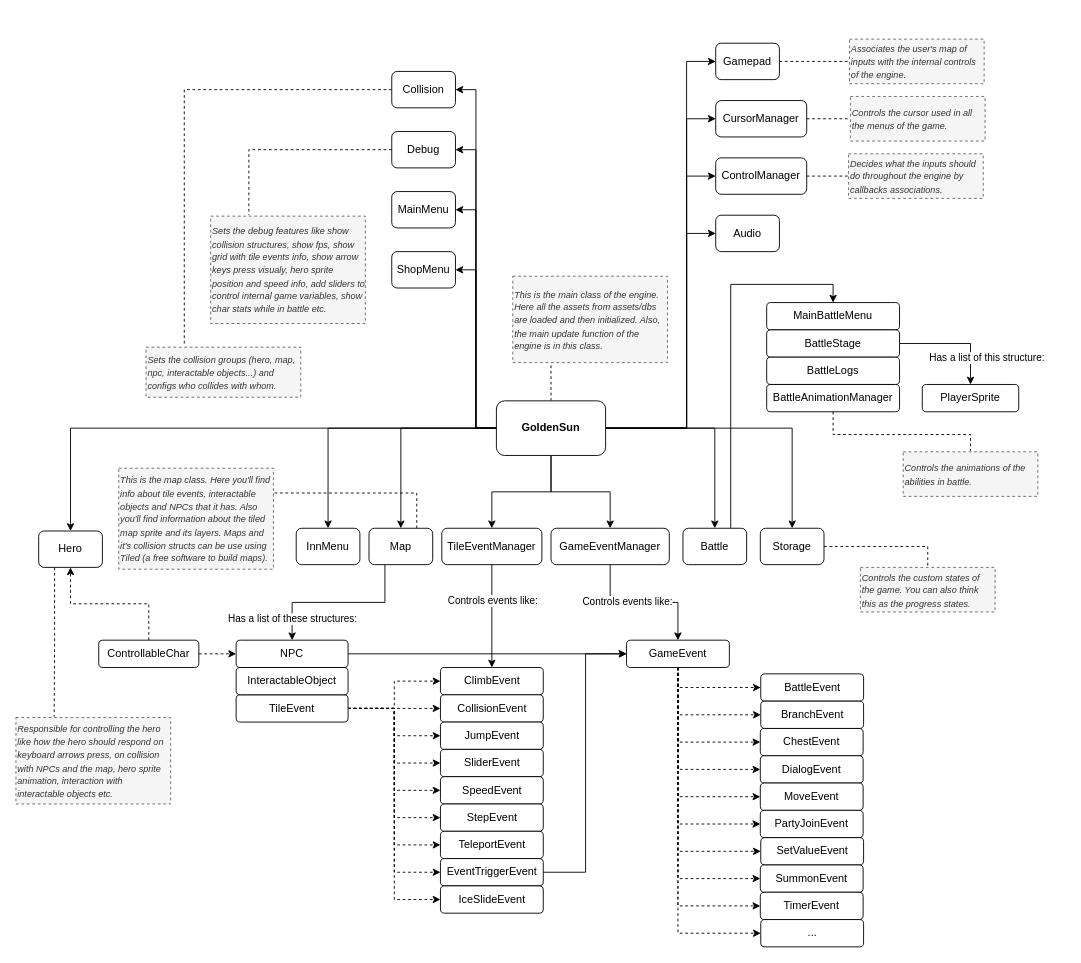
jjppof/goldensun_html5 keeps this draw.io diagram as help/docs/diagrams/general_diagram.drawio. Above is the earlier version. Source tidied: cells renumbered, new cells numbered last; positions are measured from the earlier drawing's top-left corner, leaving out a move shared by most shapes. Both pictures are drawn from the tidied source at 91%, with x=0, y=0 at pixel (15, 38).
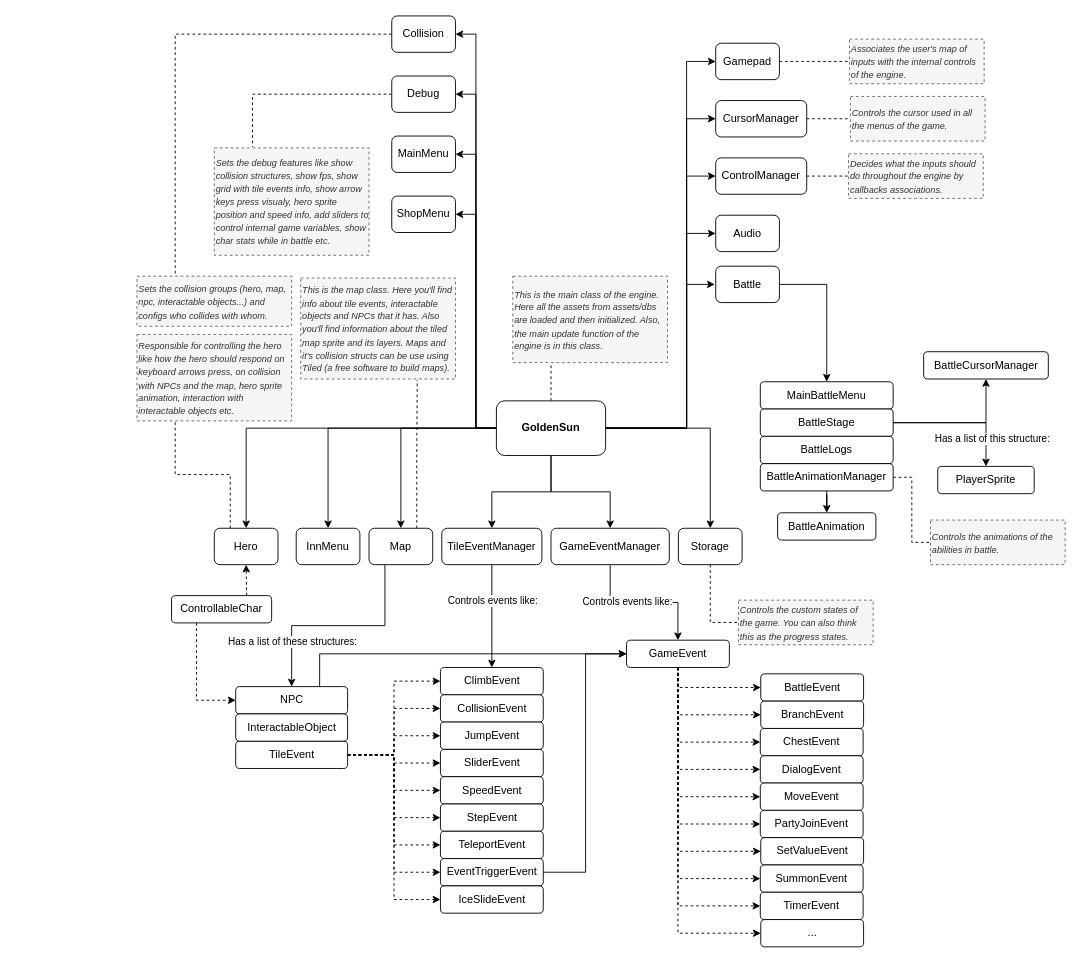
Above is the later version.

The change refers to these unchanged cells:
```xml
<mxCell id="18" value="GoldenSun" style="rounded=1;whiteSpace=wrap;html=1;fontStyle=1;" parent="1" vertex="1">
  <mxGeometry x="528" y="398" width="120" height="60" as="geometry" />
</mxCell>
<mxCell id="29" value="Map" style="rounded=1;whiteSpace=wrap;html=1;" parent="1" vertex="1">
  <mxGeometry x="388" y="538" width="70" height="40" as="geometry" />
</mxCell>
<mxCell id="80" style="endArrow=classic;html=1;exitX=1;exitY=0.5;exitDx=0;exitDy=0;edgeStyle=orthogonalEdgeStyle;rounded=0;" parent="1" edge="1" source="76" target="82">
  <mxGeometry relative="1" as="geometry" />
</mxCell>
<mxCell id="113" value="GameEvent" style="rounded=1;whiteSpace=wrap;html=1;" parent="1" vertex="1">
  <mxGeometry x="671" y="661" width="113" height="30" as="geometry" />
</mxCell>
```

Change to the diagram source:
```diff
@@
-    <mxCell id="16" style="edgeStyle=orthogonalEdgeStyle;rounded=0;jettySize=auto;html=1;" parent="1" edge="1" source="18" target="35">
-      <mxGeometry relative="1" as="geometry" />
+    <mxCell id="16" style="edgeStyle=orthogonalEdgeStyle;rounded=0;orthogonalLoop=1;jettySize=auto;html=1;entryX=0;entryY=0.5;entryDx=0;entryDy=0;" parent="1" edge="1">
+      <mxGeometry relative="1" as="geometry">
+        <mxPoint x="647" y="428" as="sourcePoint" />
+        <mxPoint x="768" y="270" as="targetPoint" />
+        <Array as="points">
+          <mxPoint x="737" y="428" />
+          <mxPoint x="737" y="270" />
+        </Array>
+      </mxGeometry>
     </mxCell>
@@
-    <mxCell id="19" style="edgeStyle=orthogonalEdgeStyle;rounded=0;jettySize=auto;html=1;exitX=0.25;exitY=1;exitDx=0;exitDy=0;entryX=0.25;entryY=0;entryDx=0;entryDy=0;dashed=1;endArrow=none;endFill=0;" parent="1" edge="1" source="20" target="66">
+    <mxCell id="19" style="edgeStyle=orthogonalEdgeStyle;rounded=0;jettySize=auto;html=1;exitX=0.25;exitY=0;exitDx=0;exitDy=0;entryX=0.25;entryY=1;entryDx=0;entryDy=0;dashed=1;endArrow=none;endFill=0;" parent="1" edge="1" source="20" target="66">
       <mxGeometry relative="1" as="geometry" />
     </mxCell>
     <mxCell id="20" value="Hero" style="rounded=1;whiteSpace=wrap;html=1;" parent="1" vertex="1">
-      <mxGeometry x="25" y="541" width="70" height="40" as="geometry" />
+      <mxGeometry x="218" y="538" width="70" height="40" as="geometry" />
     </mxCell>
@@
     <mxCell id="22" value="Collision" style="rounded=1;whiteSpace=wrap;html=1;" parent="1" vertex="1">
-      <mxGeometry x="413" y="36" width="70" height="40" as="geometry" />
+      <mxGeometry x="413" y="-25" width="70" height="40" as="geometry" />
     </mxCell>
@@
     <mxCell id="24" value="Debug" style="rounded=1;whiteSpace=wrap;html=1;" parent="1" vertex="1">
-      <mxGeometry x="413" y="102" width="70" height="40" as="geometry" />
+      <mxGeometry x="413" y="41" width="70" height="40" as="geometry" />
     </mxCell>
     <mxCell id="25" value="MainMenu" style="rounded=1;whiteSpace=wrap;html=1;" parent="1" vertex="1">
-      <mxGeometry x="413" y="168" width="70" height="40" as="geometry" />
+      <mxGeometry x="413" y="107" width="70" height="40" as="geometry" />
     </mxCell>
     <mxCell id="26" value="ShopMenu" style="rounded=1;whiteSpace=wrap;html=1;" parent="1" vertex="1">
-      <mxGeometry x="413" y="234" width="70" height="40" as="geometry" />
+      <mxGeometry x="413" y="173" width="70" height="40" as="geometry" />
     </mxCell>
@@
-    <mxCell id="28" style="edgeStyle=orthogonalEdgeStyle;rounded=0;jettySize=auto;html=1;exitX=0.75;exitY=0;exitDx=0;exitDy=0;entryX=1;entryY=0.25;entryDx=0;entryDy=0;dashed=1;endArrow=none;endFill=0;" parent="1" edge="1" source="29" target="74">
+    <mxCell id="28" style="edgeStyle=orthogonalEdgeStyle;rounded=0;jettySize=auto;html=1;exitX=0.75;exitY=0;exitDx=0;exitDy=0;entryX=0.75;entryY=1;entryDx=0;entryDy=0;dashed=1;endArrow=none;endFill=0;" parent="1" edge="1" source="29" target="74">
       <mxGeometry relative="1" as="geometry" />
     </mxCell>
@@
-    <mxCell id="34" style="edgeStyle=orthogonalEdgeStyle;rounded=0;jettySize=auto;html=1;entryX=0.5;entryY=0;entryDx=0;entryDy=0;endArrow=classic;endFill=1;strokeWidth=1;exitX=0.75;exitY=0;exitDx=0;exitDy=0;" parent="1" edge="1" source="35" target="75">
+    <mxCell id="34" style="edgeStyle=orthogonalEdgeStyle;rounded=0;jettySize=auto;html=1;entryX=0.5;entryY=0;entryDx=0;entryDy=0;endArrow=classic;endFill=1;strokeWidth=1;exitX=1;exitY=0.5;exitDx=0;exitDy=0;" parent="1" edge="1" source="35" target="75">
       <mxGeometry relative="1" as="geometry" />
     </mxCell>
     <mxCell id="35" value="Battle" style="rounded=1;whiteSpace=wrap;html=1;" parent="1" vertex="1">
-      <mxGeometry x="733" y="538" width="70" height="40" as="geometry" />
+      <mxGeometry x="769" y="250" width="70" height="40" as="geometry" />
     </mxCell>
@@
     <mxCell id="61" value="TileEvent" style="rounded=1;whiteSpace=wrap;html=1;" parent="1" vertex="1">
-      <mxGeometry x="242" y="721" width="123" height="30" as="geometry" />
+      <mxGeometry x="241.5" y="772" width="123" height="30" as="geometry" />
     </mxCell>
-    <mxCell id="62" style="edgeStyle=orthogonalEdgeStyle;rounded=0;jettySize=auto;html=1;entryX=0.5;entryY=1;entryDx=0;entryDy=0;dashed=1;strokeWidth=1;" parent="1" edge="1" source="64" target="20">
+    <mxCell id="62" style="edgeStyle=orthogonalEdgeStyle;rounded=0;jettySize=auto;html=1;entryX=0.5;entryY=1;entryDx=0;entryDy=0;dashed=1;strokeWidth=1;exitX=0.75;exitY=0;exitDx=0;exitDy=0;" parent="1" edge="1" source="64" target="20">
       <mxGeometry relative="1" as="geometry" />
     </mxCell>
-    <mxCell id="63" style="edgeStyle=orthogonalEdgeStyle;rounded=0;jettySize=auto;html=1;entryX=0;entryY=0.5;entryDx=0;entryDy=0;dashed=1;endArrow=classic;endFill=1;strokeWidth=1;" parent="1" edge="1" source="64" target="70">
+    <mxCell id="63" style="edgeStyle=orthogonalEdgeStyle;rounded=0;jettySize=auto;html=1;entryX=0;entryY=0.5;entryDx=0;entryDy=0;dashed=1;endArrow=classic;endFill=1;strokeWidth=1;exitX=0.25;exitY=1;exitDx=0;exitDy=0;" parent="1" edge="1" source="64" target="70">
       <mxGeometry relative="1" as="geometry" />
     </mxCell>
     <mxCell id="64" value="ControllableChar" style="rounded=1;whiteSpace=wrap;html=1;" parent="1" vertex="1">
-      <mxGeometry x="91" y="661" width="110" height="30" as="geometry" />
+      <mxGeometry x="171" y="612" width="110" height="30" as="geometry" />
     </mxCell>
     <mxCell id="65" value="&lt;i&gt;&lt;font style=&quot;font-size: 10px&quot;&gt;Sets the collision groups (hero, map, npc, interactable objects...) and configs w&lt;/font&gt;&lt;/i&gt;&lt;span style=&quot;font-size: 10px&quot;&gt;&lt;i&gt;ho collides with whom.&lt;/i&gt;&lt;/span&gt;" style="rounded=0;whiteSpace=wrap;html=1;dashed=1;align=left;fillColor=#f5f5f5;strokeColor=#666666;fontColor=#333333;perimeterSpacing=1;labelPadding=0;noLabel=0;" parent="1" vertex="1">
-      <mxGeometry x="143" y="339" width="170" height="55" as="geometry" />
+      <mxGeometry x="133" y="261" width="170" height="55" as="geometry" />
     </mxCell>
     <mxCell id="66" value="&lt;span style=&quot;font-size: 10px&quot;&gt;&lt;i&gt;Responsible for controlling the hero like how the hero should respond on keyboard arrows press, on collision with NPCs and the map, hero sprite animation, interaction with interactable objects etc.&lt;/i&gt;&lt;/span&gt;" style="rounded=0;whiteSpace=wrap;html=1;dashed=1;align=left;fillColor=#f5f5f5;strokeColor=#666666;fontColor=#333333;perimeterSpacing=1;labelPadding=0;noLabel=0;" parent="1" vertex="1">
-      <mxGeometry y="746" width="170" height="95" as="geometry" />
+      <mxGeometry x="133" y="325" width="170" height="95" as="geometry" />
     </mxCell>
     <mxCell id="67" value="&lt;span style=&quot;font-size: 10px&quot;&gt;&lt;i&gt;Sets the debug features like show collision structures, show fps, show grid with tile events info, show arrow keys press visualy, hero sprite position and speed info, add sliders to control internal game variables, show char stats while in battle etc.&lt;/i&gt;&lt;/span&gt;" style="rounded=0;whiteSpace=wrap;html=1;dashed=1;align=left;fillColor=#f5f5f5;strokeColor=#666666;fontColor=#333333;perimeterSpacing=1;labelPadding=0;noLabel=0;" parent="1" vertex="1">
-      <mxGeometry x="214" y="195" width="170" height="118" as="geometry" />
+      <mxGeometry x="218" y="120" width="170" height="118" as="geometry" />
     </mxCell>
@@
-    <mxCell id="69" style="edgeStyle=orthogonalEdgeStyle;rounded=0;jettySize=auto;html=1;entryX=0;entryY=0.5;entryDx=0;entryDy=0;endArrow=classic;endFill=1;" parent="1" edge="1" source="70" target="113">
+    <mxCell id="69" style="edgeStyle=orthogonalEdgeStyle;rounded=0;jettySize=auto;html=1;entryX=0;entryY=0.5;entryDx=0;entryDy=0;endArrow=classic;endFill=1;exitX=0.75;exitY=0;exitDx=0;exitDy=0;" parent="1" edge="1" source="70" target="113">
       <mxGeometry relative="1" as="geometry">
         <Array as="points">
-          <mxPoint x="653" y="676" />
-          <mxPoint x="653" y="676" />
+          <mxPoint x="334" y="676" />
         </Array>
       </mxGeometry>
     </mxCell>
     <mxCell id="70" value="NPC" style="rounded=1;whiteSpace=wrap;html=1;" parent="1" vertex="1">
-      <mxGeometry x="242" y="661" width="123" height="30" as="geometry" />
+      <mxGeometry x="241.5" y="712" width="123" height="30" as="geometry" />
     </mxCell>
     <mxCell id="71" value="InteractableObject" style="rounded=1;whiteSpace=wrap;html=1;" parent="1" vertex="1">
-      <mxGeometry x="242" y="691" width="123" height="30" as="geometry" />
+      <mxGeometry x="241.5" y="742" width="123" height="30" as="geometry" />
     </mxCell>
@@
     <mxCell id="74" value="&lt;span style=&quot;font-size: 10px&quot;&gt;&lt;i&gt;This is the map class. Here you'll find info about tile events, interactable objects and NPCs that it has. Also you'll find information about the tiled map sprite and its layers. Maps and it's collision structs can be use using Tiled (a free software to build maps).&lt;/i&gt;&lt;/span&gt;" style="rounded=0;whiteSpace=wrap;html=1;dashed=1;align=left;fillColor=#f5f5f5;strokeColor=#666666;fontColor=#333333;perimeterSpacing=1;labelPadding=0;noLabel=0;" parent="1" vertex="1">
-      <mxGeometry x="113" y="472" width="170" height="111" as="geometry" />
+      <mxGeometry x="313" y="263" width="170" height="111" as="geometry" />
     </mxCell>
     <mxCell id="75" value="MainBattleMenu" style="rounded=1;whiteSpace=wrap;html=1;" parent="1" vertex="1">
-      <mxGeometry x="825" y="290" width="146" height="30" as="geometry" />
+      <mxGeometry x="818" y="377" width="146" height="30" as="geometry" />
     </mxCell>
+    <mxCell id="114" style="edgeStyle=orthogonalEdgeStyle;rounded=0;jettySize=auto;html=1;entryX=0.5;entryY=1;entryDx=0;entryDy=0;endArrow=classic;endFill=1;" parent="1" edge="1" source="76" target="116">
+      <mxGeometry relative="1" as="geometry" />
+    </mxCell>
     <mxCell id="76" value="BattleStage" style="rounded=1;whiteSpace=wrap;html=1;" parent="1" vertex="1">
-      <mxGeometry x="825" y="320" width="146" height="30" as="geometry" />
+      <mxGeometry x="818" y="407" width="146" height="30" as="geometry" />
     </mxCell>
     <mxCell id="77" value="BattleLogs" style="rounded=1;whiteSpace=wrap;html=1;" parent="1" vertex="1">
-      <mxGeometry x="825" y="350" width="146" height="30" as="geometry" />
+      <mxGeometry x="818" y="437" width="146" height="30" as="geometry" />
     </mxCell>
+    <mxCell id="115" style="edgeStyle=orthogonalEdgeStyle;rounded=0;jettySize=auto;html=1;entryX=0.5;entryY=0;entryDx=0;entryDy=0;endArrow=classic;endFill=1;" parent="1" edge="1" source="79" target="117">
+      <mxGeometry relative="1" as="geometry" />
+    </mxCell>
-    <mxCell id="78" style="edgeStyle=orthogonalEdgeStyle;rounded=0;jumpSize=6;jettySize=auto;html=1;entryX=0.5;entryY=0;entryDx=0;entryDy=0;endArrow=none;endFill=0;strokeWidth=1;dashed=1;" parent="1" edge="1" source="79" target="83">
-      <mxGeometry relative="1" as="geometry">
-        <Array as="points">
-          <mxPoint x="898" y="435" />
-          <mxPoint x="1049" y="435" />
-        </Array>
-      </mxGeometry>
+    <mxCell id="78" style="edgeStyle=orthogonalEdgeStyle;rounded=0;jettySize=auto;html=1;entryX=0;entryY=0.5;entryDx=0;entryDy=0;endArrow=none;endFill=0;dashed=1;" parent="1" edge="1" source="79" target="83">
+      <mxGeometry relative="1" as="geometry" />
     </mxCell>
     <mxCell id="79" value="BattleAnimationManager" style="rounded=1;whiteSpace=wrap;html=1;" parent="1" vertex="1">
-      <mxGeometry x="825" y="380" width="146" height="30" as="geometry" />
+      <mxGeometry x="818" y="467" width="146" height="30" as="geometry" />
     </mxCell>
@@
     <mxCell id="81" value="Has a list of this structure:" style="edgeLabel;html=1;align=center;verticalAlign=middle;" parent="80" vertex="1">
       <mxGeometry relative="1" as="geometry">
-        <mxPoint x="33.7" y="15" as="offset" />
+        <mxPoint x="33.7" y="17" as="offset" />
       </mxGeometry>
     </mxCell>
     <mxCell id="82" value="PlayerSprite" style="rounded=1;whiteSpace=wrap;html=1;" parent="1" vertex="1">
-      <mxGeometry x="996" y="380" width="106" height="30" as="geometry" />
+      <mxGeometry x="1013" y="470" width="106" height="30" as="geometry" />
     </mxCell>
     <mxCell id="83" value="&lt;span style=&quot;font-size: 10px&quot;&gt;&lt;i&gt;Controls the animations of the abilities in battle.&lt;/i&gt;&lt;/span&gt;" style="rounded=0;whiteSpace=wrap;html=1;dashed=1;align=left;fillColor=#f5f5f5;strokeColor=#666666;fontColor=#333333;perimeterSpacing=1;labelPadding=0;noLabel=0;" parent="1" vertex="1">
-      <mxGeometry x="975" y="454" width="148" height="49" as="geometry" />
+      <mxGeometry x="1005" y="529" width="148" height="49" as="geometry" />
     </mxCell>
@@
-    <mxCell id="90" style="edgeStyle=orthogonalEdgeStyle;rounded=0;jettySize=auto;html=1;entryX=0.5;entryY=0;entryDx=0;entryDy=0;endArrow=none;endFill=0;dashed=1;" parent="1" edge="1" source="91" target="92">
+    <mxCell id="90" style="edgeStyle=orthogonalEdgeStyle;rounded=0;jettySize=auto;html=1;entryX=0;entryY=0.5;entryDx=0;entryDy=0;dashed=1;endArrow=none;endFill=0;" parent="1" edge="1" source="91" target="92">
       <mxGeometry relative="1" as="geometry" />
     </mxCell>
     <mxCell id="91" value="Storage" style="rounded=1;whiteSpace=wrap;html=1;" parent="1" vertex="1">
-      <mxGeometry x="818" y="538" width="70" height="40" as="geometry" />
+      <mxGeometry x="728" y="538" width="70" height="40" as="geometry" />
     </mxCell>
     <mxCell id="92" value="&lt;span style=&quot;font-size: 10px&quot;&gt;&lt;i&gt;Controls the custom states of the game. You can also think this as the progress states.&lt;/i&gt;&lt;/span&gt;" style="rounded=0;whiteSpace=wrap;html=1;dashed=1;align=left;fillColor=#f5f5f5;strokeColor=#666666;fontColor=#333333;perimeterSpacing=1;labelPadding=0;noLabel=0;" parent="1" vertex="1">
-      <mxGeometry x="928" y="581" width="148" height="49" as="geometry" />
+      <mxGeometry x="794" y="617" width="148" height="49" as="geometry" />
     </mxCell>
@@
+    <mxCell id="116" value="BattleCursorManager" style="rounded=1;whiteSpace=wrap;html=1;" parent="1" vertex="1">
+      <mxGeometry x="997.5" y="344" width="137" height="30" as="geometry" />
+    </mxCell>
+    <mxCell id="117" value="BattleAnimation" style="rounded=1;whiteSpace=wrap;html=1;" parent="1" vertex="1">
+      <mxGeometry x="837" y="521" width="108" height="30" as="geometry" />
+    </mxCell>
```
